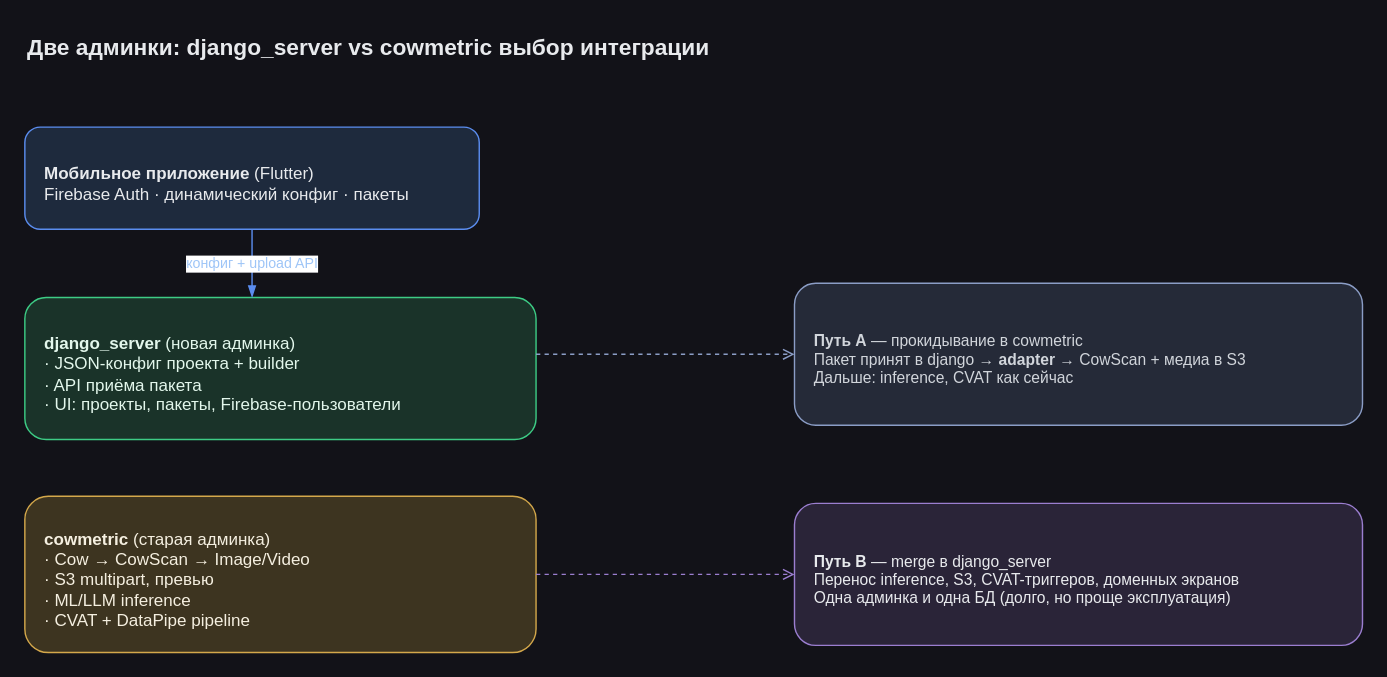
Before: page "Два пути — обзор" (1 of 5) of specs/main-scheme/06-admin-cowmetric-vs-django.drawio in epoch8/data-collector, a draw.io diagram. Source tidied: cells renumbered, new cells numbered last; positions are measured from the earlier drawing's top-left corner, leaving out a move shared by most shapes. Both pictures are drawn from the tidied source at 142%, with x=0, y=0 at pixel (24, 24).
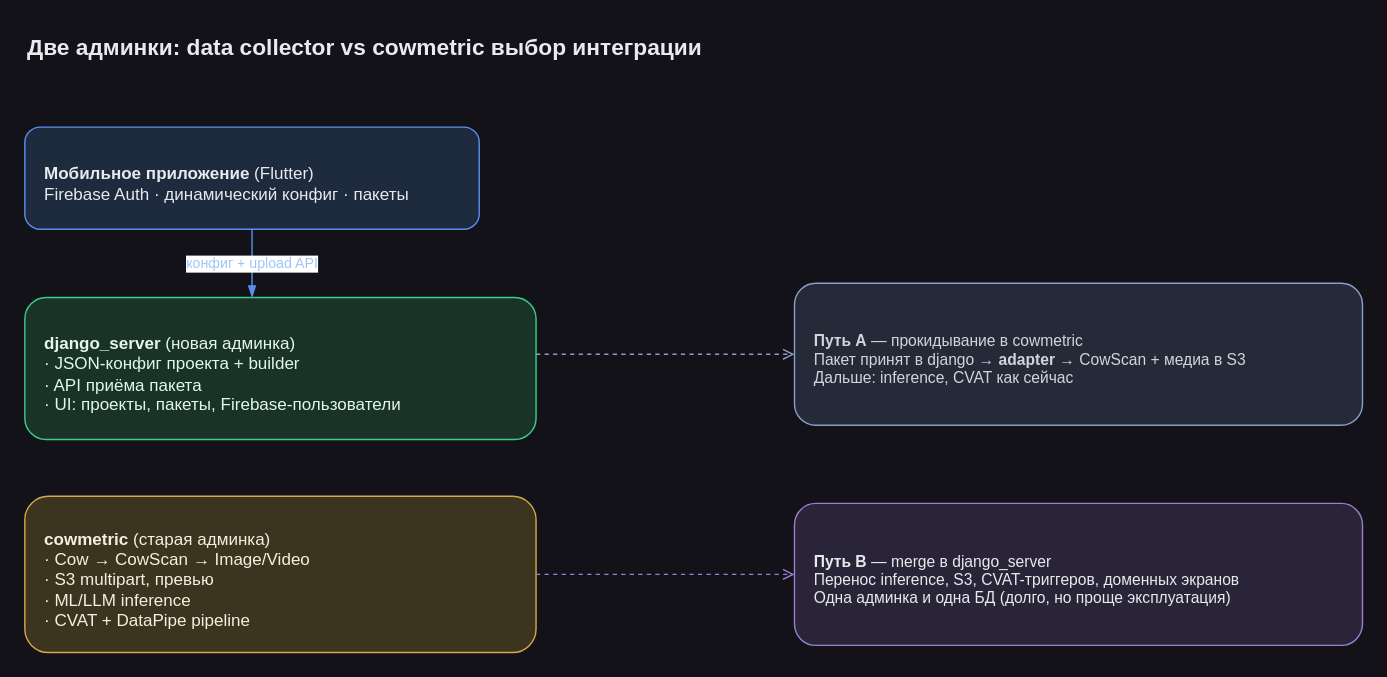
The same diagram, later.

What changed in the source:
```diff
@@
 <mxGraphModel background="#121218">
   <root>
     <mxCell id="0" />
     <mxCell id="1" parent="0" />
-    <mxCell id="2" value="Две админки: django_server vs cowmetric выбор интеграции" style="text;html=1;strokeColor=none;fillColor=none;align=left;fontSize=16;fontStyle=1;fontColor=#E8EAED;" parent="1" vertex="1">
+    <mxCell id="2" value="Две админки: data collector vs cowmetric выбор интеграции" style="text;html=1;strokeColor=none;fillColor=none;align=left;fontSize=16;fontStyle=1;fontColor=#E8EAED;" parent="1" vertex="1">
       <mxGeometry width="900" height="48" as="geometry" />
     </mxCell>
     <mxCell id="3" value="&lt;b&gt;Мобильное приложение&lt;/b&gt; (Flutter)&#10;Firebase Auth · динамический конфиг · пакеты" style="rounded=1;whiteSpace=wrap;html=1;align=left;spacingLeft=12;spacingTop=8;fillColor=#1e2a3d;strokeColor=#5B8DEF;fontColor=#E8EAED;fontSize=12;" parent="1" vertex="1">
       <mxGeometry y="72" width="320" height="72" as="geometry" />
     </mxCell>
     <mxCell id="4" value="&lt;b&gt;django_server&lt;/b&gt; (новая админка)&lt;br&gt;· JSON-конфиг проекта + builder&lt;br&gt;· API приёма пакета&amp;nbsp;&lt;br&gt;· UI: проекты, пакеты, Firebase-пользователи" style="rounded=1;whiteSpace=wrap;html=1;align=left;spacingLeft=12;spacingTop=8;fillColor=#1a3329;strokeColor=#3DCC85;fontColor=#E3F7EC;fontSize=12;" parent="1" vertex="1">
       <mxGeometry y="192" width="360" height="100" as="geometry" />
     </mxCell>
     <mxCell id="5" value="&lt;b&gt;cowmetric&lt;/b&gt; (старая админка)&lt;br&gt;· Cow → CowScan → Image/Video&lt;br&gt;· S3 multipart, превью&lt;br&gt;· ML/LLM inference&amp;nbsp;&lt;br&gt;· CVAT + DataPipe pipeline" style="rounded=1;whiteSpace=wrap;html=1;align=left;spacingLeft=12;spacingTop=8;fillColor=#3d3420;strokeColor=#D4A84B;fontColor=#F5EFE0;fontSize=12;" parent="1" vertex="1">
       <mxGeometry y="332" width="360" height="110" as="geometry" />
     </mxCell>
     <mxCell id="6" value="&lt;b&gt;Путь A&lt;/b&gt; — прокидывание в cowmetric&#10;Пакет принят в django → &lt;b&gt;adapter&lt;/b&gt; → CowScan + медиа в S3&#10;Дальше: inference, CVAT как сейчас" style="rounded=1;whiteSpace=wrap;html=1;align=left;spacingLeft=12;spacingTop=8;fillColor=#252a38;strokeColor=#8B9DC6;fontColor=#D1D5DB;fontSize=11;" parent="1" vertex="1">
       <mxGeometry x="542" y="182" width="400" height="100" as="geometry" />
     </mxCell>
     <mxCell id="7" value="&lt;b&gt;Путь B&lt;/b&gt; — merge в django_server&#10;Перенос inference, S3, CVAT-триггеров, доменных экранов&#10;Одна админка и одна БД (долго, но проще эксплуатация)" style="rounded=1;whiteSpace=wrap;html=1;align=left;spacingLeft=12;spacingTop=8;fillColor=#2a2438;strokeColor=#9B7ED0;fontColor=#E8EAED;fontSize=11;" parent="1" vertex="1">
       <mxGeometry x="542" y="337" width="400" height="100" as="geometry" />
     </mxCell>
     <mxCell id="8" value="конфиг + upload API" style="edgeStyle=orthogonalEdgeStyle;rounded=1;html=1;strokeColor=#5B8DEF;endArrow=blockThin;fontSize=10;fontColor=#9EC5F7;" parent="1" edge="1" source="3" target="4">
       <mxGeometry relative="1" as="geometry">
         <Array as="points">
           <mxPoint x="160" y="182" />
           <mxPoint x="160" y="182" />
         </Array>
       </mxGeometry>
     </mxCell>
     <mxCell id="9" style="edgeStyle=orthogonalEdgeStyle;rounded=1;html=1;strokeColor=#8B9DC6;endArrow=open;dashed=1;" parent="1" edge="1" source="4" target="6">
       <mxGeometry relative="1" as="geometry">
         <Array as="points">
           <mxPoint x="402" y="232" />
           <mxPoint x="402" y="232" />
         </Array>
       </mxGeometry>
     </mxCell>
     <mxCell id="10" style="edgeStyle=orthogonalEdgeStyle;rounded=1;html=1;strokeColor=#9B7ED0;endArrow=open;dashed=1;" parent="1" edge="1" source="5" target="7">
       <mxGeometry relative="1" as="geometry">
         <Array as="points">
           <mxPoint x="502" y="387" />
           <mxPoint x="502" y="387" />
         </Array>
       </mxGeometry>
     </mxCell>
   </root>
 </mxGraphModel>
```
